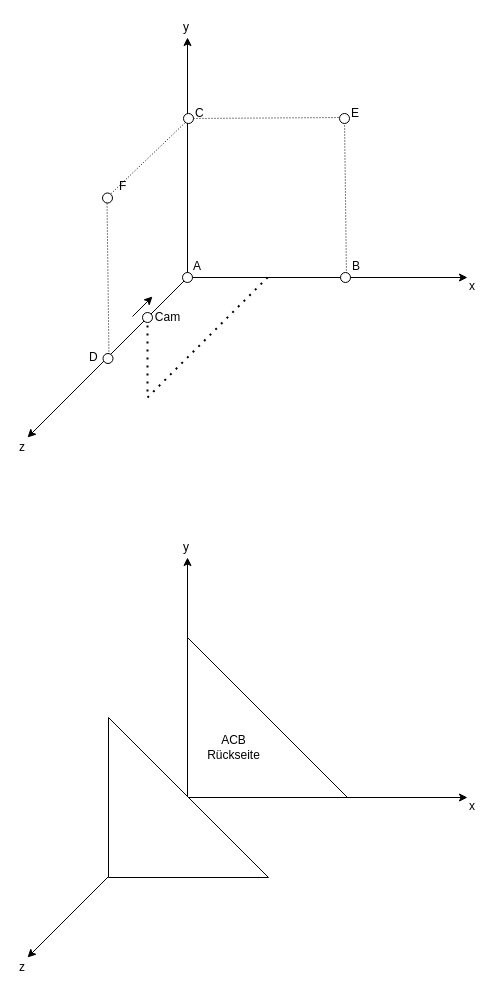
Earlier version of the draw.io diagram V2_Sketch.drawio (cyberme0w/VRMLProjekt). Source tidied: cells renumbered, new cells numbered last; positions are measured from the earlier drawing's top-left corner, leaving out a move shared by most shapes. Both pictures are drawn from the tidied source at 100%, with x=0, y=0 at pixel (17, 17).
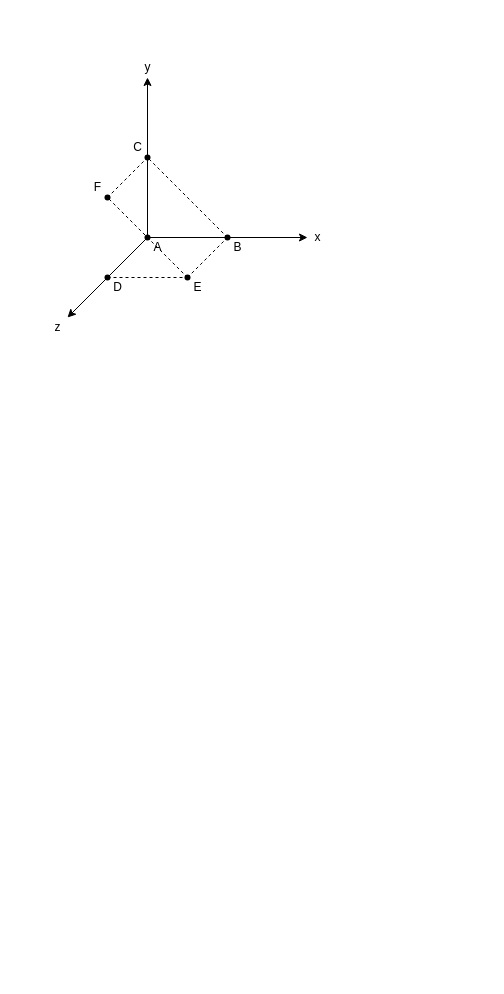
The same diagram, later.

Change to the diagram source:
```diff
@@
-    <mxCell id="2" style="endArrow=classic;html=1;endFill=1;" parent="1" edge="1">
-      <mxGeometry relative="1" as="geometry">
-        <mxPoint x="170" y="260" as="sourcePoint" />
-        <mxPoint x="450" y="260" as="targetPoint" />
-      </mxGeometry>
-    </mxCell>
-    <mxCell id="3" style="endArrow=classic;html=1;endFill=1;" parent="1" edge="1">
-      <mxGeometry relative="1" as="geometry">
-        <mxPoint x="170" y="260" as="sourcePoint" />
-        <mxPoint x="170" y="20" as="targetPoint" />
-      </mxGeometry>
-    </mxCell>
-    <mxCell id="4" style="endArrow=classic;html=1;endFill=1;" parent="1" edge="1">
-      <mxGeometry relative="1" as="geometry">
-        <mxPoint x="170" y="260" as="sourcePoint" />
-        <mxPoint x="10" y="420" as="targetPoint" />
-      </mxGeometry>
-    </mxCell>
+    <mxCell id="38" style="endArrow=classic;html=1;endFill=1;" parent="1" edge="1">
+      <mxGeometry relative="1" as="geometry">
+        <mxPoint x="130" y="220" as="sourcePoint" />
+        <mxPoint x="290" y="220" as="targetPoint" />
+      </mxGeometry>
+    </mxCell>
+    <mxCell id="39" style="endArrow=classic;html=1;endFill=1;" parent="1" edge="1">
+      <mxGeometry relative="1" as="geometry">
+        <mxPoint x="130" y="220" as="sourcePoint" />
+        <mxPoint x="130" y="60" as="targetPoint" />
+      </mxGeometry>
+    </mxCell>
+    <mxCell id="40" style="endArrow=classic;html=1;endFill=1;" parent="1" edge="1">
+      <mxGeometry relative="1" as="geometry">
+        <mxPoint x="130" y="220" as="sourcePoint" />
+        <mxPoint x="50" y="300" as="targetPoint" />
+      </mxGeometry>
+    </mxCell>
+    <mxCell id="41" value="y" style="text;html=1;align=center;verticalAlign=middle;strokeColor=none;" parent="1" vertex="1">
+      <mxGeometry x="120" y="40" width="20" height="20" as="geometry" />
+    </mxCell>
+    <mxCell id="42" value="x" style="text;html=1;align=center;verticalAlign=middle;strokeColor=none;" parent="1" vertex="1">
+      <mxGeometry x="290" y="210" width="20" height="20" as="geometry" />
+    </mxCell>
+    <mxCell id="43" value="z" style="text;html=1;align=center;verticalAlign=middle;strokeColor=none;" parent="1" vertex="1">
+      <mxGeometry x="30" y="300" width="20" height="20" as="geometry" />
+    </mxCell>
+    <mxCell id="44" style="shape=waypoint;sketch=0;size=6;fillColor=none;perimeter=centerPerimeter;" parent="1" vertex="1">
+      <mxGeometry x="110" y="200" width="40" height="40" as="geometry" />
+    </mxCell>
-    <mxCell id="5" value="A" style="text;html=1;align=left;verticalAlign=top;spacingTop=-4;" parent="1" vertex="1">
-      <mxGeometry x="174" y="239" width="20" height="20" as="geometry" />
+    <mxCell id="5" value="A" style="text;html=1;align=center;verticalAlign=middle;strokeColor=none;" parent="1" vertex="1">
+      <mxGeometry x="130" y="220" width="20" height="20" as="geometry" />
     </mxCell>
-    <mxCell id="6" value="x" style="text;html=1;align=left;verticalAlign=top;spacingTop=-4;" parent="1" vertex="1">
-      <mxGeometry x="450" y="259" width="20" height="20" as="geometry" />
-    </mxCell>
-    <mxCell id="7" value="z" style="text;html=1;align=left;verticalAlign=top;spacingTop=-4;" parent="1" vertex="1">
-      <mxGeometry y="420" width="20" height="20" as="geometry" />
-    </mxCell>
-    <mxCell id="8" value="y" style="text;html=1;align=left;verticalAlign=top;spacingTop=-4;" parent="1" vertex="1">
-      <mxGeometry x="164" width="20" height="20" as="geometry" />
-    </mxCell>
+    <mxCell id="45" style="shape=waypoint;sketch=0;size=6;points=[];fillColor=none;perimeter=centerPerimeter;snapToPoint=1;" parent="1" vertex="1">
+      <mxGeometry x="190" y="200" width="40" height="40" as="geometry" />
+    </mxCell>
+    <mxCell id="46" style="shape=waypoint;sketch=0;size=6;points=[];fillColor=none;perimeter=centerPerimeter;snapToPoint=1;" parent="1" vertex="1">
+      <mxGeometry x="110" y="120" width="40" height="40" as="geometry" />
+    </mxCell>
+    <mxCell id="47" style="shape=waypoint;sketch=0;size=6;points=[];fillColor=none;perimeter=centerPerimeter;snapToPoint=1;" parent="1" vertex="1">
+      <mxGeometry x="70" y="240" width="40" height="40" as="geometry" />
+    </mxCell>
+    <mxCell id="48" style="shape=waypoint;sketch=0;size=6;points=[];fillColor=none;perimeter=centerPerimeter;snapToPoint=1;" parent="1" vertex="1">
+      <mxGeometry x="150" y="240" width="40" height="40" as="geometry" />
+    </mxCell>
-    <mxCell id="9" value="B" style="text;html=1;align=left;verticalAlign=top;spacingTop=-4;" parent="1" vertex="1">
-      <mxGeometry x="333" y="239" width="20" height="20" as="geometry" />
+    <mxCell id="9" value="B" style="text;html=1;align=center;verticalAlign=middle;strokeColor=none;" parent="1" vertex="1">
+      <mxGeometry x="210" y="220" width="20" height="20" as="geometry" />
     </mxCell>
-    <mxCell id="10" style="ellipse;whiteSpace=wrap;html=1;" parent="1" vertex="1">
-      <mxGeometry x="165" y="255" width="10" height="10" as="geometry" />
-    </mxCell>
-    <mxCell id="11" value="C" style="text;html=1;align=left;verticalAlign=top;spacingTop=-4;" parent="1" vertex="1">
-      <mxGeometry x="176" y="86" width="20" height="20" as="geometry" />
+    <mxCell id="11" value="C" style="text;html=1;align=center;verticalAlign=middle;strokeColor=none;" parent="1" vertex="1">
+      <mxGeometry x="110" y="120" width="20" height="20" as="geometry" />
     </mxCell>
-    <mxCell id="12" value="D" style="text;html=1;align=left;verticalAlign=top;spacingTop=-4;" parent="1" vertex="1">
-      <mxGeometry x="70" y="330" width="20" height="20" as="geometry" />
+    <mxCell id="12" value="D" style="text;html=1;align=center;verticalAlign=middle;strokeColor=none;" parent="1" vertex="1">
+      <mxGeometry x="90" y="260" width="20" height="20" as="geometry" />
     </mxCell>
-    <mxCell id="13" style="endArrow=none;html=1;entryX=0.5;entryY=0.4;entryDx=0;entryDy=0;entryPerimeter=0;dashed=1;dashPattern=1 2;" parent="1" edge="1" target="22">
-      <mxGeometry relative="1" as="geometry">
-        <mxPoint x="170" y="101" as="sourcePoint" />
-      </mxGeometry>
-    </mxCell>
-    <mxCell id="14" style="endArrow=none;html=1;entryX=0.8;entryY=0.6;entryDx=0;entryDy=0;entryPerimeter=0;dashed=1;dashPattern=1 2;" parent="1" edge="1">
-      <mxGeometry relative="1" as="geometry">
-        <mxPoint x="327" y="102" as="sourcePoint" />
-        <mxPoint x="329" y="261" as="targetPoint" />
-      </mxGeometry>
-    </mxCell>
-    <mxCell id="15" value="E" style="text;html=1;align=left;verticalAlign=top;spacingTop=-4;" parent="1" vertex="1">
-      <mxGeometry x="332" y="86" width="20" height="20" as="geometry" />
+    <mxCell id="15" value="E" style="text;html=1;align=center;verticalAlign=middle;strokeColor=none;" parent="1" vertex="1">
+      <mxGeometry x="170" y="260" width="20" height="20" as="geometry" />
     </mxCell>
+    <mxCell id="49" style="shape=waypoint;sketch=0;size=6;points=[];fillColor=none;perimeter=centerPerimeter;snapToPoint=1;" parent="1" vertex="1">
+      <mxGeometry x="70" y="160" width="40" height="40" as="geometry" />
+    </mxCell>
-    <mxCell id="16" value="F" style="text;html=1;align=left;verticalAlign=top;spacingTop=-4;" parent="1" vertex="1">
-      <mxGeometry x="100" y="159" width="20" height="20" as="geometry" />
+    <mxCell id="16" value="F" style="text;html=1;align=center;verticalAlign=middle;strokeColor=none;" parent="1" vertex="1">
+      <mxGeometry x="70" y="160" width="20" height="20" as="geometry" />
     </mxCell>
-    <mxCell id="17" style="endArrow=none;html=1;entryX=0.8;entryY=0.6;entryDx=0;entryDy=0;entryPerimeter=0;dashed=1;dashPattern=1 2;" parent="1" edge="1">
-      <mxGeometry relative="1" as="geometry">
-        <mxPoint x="89.5" y="183" as="sourcePoint" />
-        <mxPoint x="91.5" y="342" as="targetPoint" />
-      </mxGeometry>
-    </mxCell>
-    <mxCell id="18" style="endArrow=none;html=1;dashed=1;dashPattern=1 2;" parent="1" edge="1">
-      <mxGeometry relative="1" as="geometry">
-        <mxPoint x="89" y="180.5" as="sourcePoint" />
-        <mxPoint x="171" y="102" as="targetPoint" />
-      </mxGeometry>
-    </mxCell>
-    <mxCell id="19" style="ellipse;whiteSpace=wrap;html=1;" parent="1" vertex="1">
-      <mxGeometry x="323" y="255" width="10" height="10" as="geometry" />
-    </mxCell>
-    <mxCell id="20" style="ellipse;whiteSpace=wrap;html=1;" parent="1" vertex="1">
-      <mxGeometry x="166" y="96" width="10" height="10" as="geometry" />
-    </mxCell>
-    <mxCell id="21" style="ellipse;whiteSpace=wrap;html=1;" parent="1" vertex="1">
-      <mxGeometry x="85.5" y="336" width="10" height="10" as="geometry" />
-    </mxCell>
-    <mxCell id="22" style="ellipse;whiteSpace=wrap;html=1;" parent="1" vertex="1">
-      <mxGeometry x="322" y="96" width="10" height="10" as="geometry" />
-    </mxCell>
-    <mxCell id="23" style="ellipse;whiteSpace=wrap;html=1;" parent="1" vertex="1">
-      <mxGeometry x="85" y="175.5" width="10" height="10" as="geometry" />
-    </mxCell>
-    <mxCell id="24" style="verticalLabelPosition=bottom;verticalAlign=top;html=1;shape=mxgraph.basic.orthogonal_triangle;" parent="1" vertex="1">
-      <mxGeometry x="170" y="620" width="160" height="160" as="geometry" />
-    </mxCell>
-    <mxCell id="25" style="endArrow=classic;html=1;endFill=1;" parent="1" edge="1">
-      <mxGeometry relative="1" as="geometry">
-        <mxPoint x="170" y="780" as="sourcePoint" />
-        <mxPoint x="450" y="780" as="targetPoint" />
-      </mxGeometry>
-    </mxCell>
-    <mxCell id="26" style="endArrow=classic;html=1;endFill=1;" parent="1" edge="1">
-      <mxGeometry relative="1" as="geometry">
-        <mxPoint x="170" y="780" as="sourcePoint" />
-        <mxPoint x="170" y="540" as="targetPoint" />
-      </mxGeometry>
-    </mxCell>
-    <mxCell id="27" style="endArrow=classic;html=1;endFill=1;" parent="1" edge="1">
-      <mxGeometry relative="1" as="geometry">
-        <mxPoint x="170" y="780" as="sourcePoint" />
-        <mxPoint x="10" y="940" as="targetPoint" />
-      </mxGeometry>
-    </mxCell>
-    <mxCell id="28" value="x" style="text;html=1;align=left;verticalAlign=top;spacingTop=-4;" parent="1" vertex="1">
-      <mxGeometry x="450" y="779" width="20" height="20" as="geometry" />
-    </mxCell>
-    <mxCell id="29" value="z" style="text;html=1;align=left;verticalAlign=top;spacingTop=-4;" parent="1" vertex="1">
-      <mxGeometry y="940" width="20" height="20" as="geometry" />
-    </mxCell>
-    <mxCell id="30" value="y" style="text;html=1;align=left;verticalAlign=top;spacingTop=-4;" parent="1" vertex="1">
-      <mxGeometry x="164" y="520" width="20" height="20" as="geometry" />
-    </mxCell>
-    <mxCell id="31" style="verticalLabelPosition=bottom;verticalAlign=top;html=1;shape=mxgraph.basic.orthogonal_triangle;" parent="1" vertex="1">
-      <mxGeometry x="91" y="700" width="160" height="160" as="geometry" />
-    </mxCell>
-    <mxCell id="32" value="ACB&lt;br&gt;Rückseite" style="text;html=1;align=center;verticalAlign=middle;strokeColor=none;" parent="1" vertex="1">
-      <mxGeometry x="181" y="715" width="70" height="30" as="geometry" />
-    </mxCell>
-    <mxCell id="33" style="endArrow=none;dashed=1;html=1;dashPattern=1 3;strokeWidth=2;" parent="1" edge="1">
-      <mxGeometry relative="1" as="geometry">
-        <mxPoint x="130" y="300" as="sourcePoint" />
-        <mxPoint x="130" y="380" as="targetPoint" />
-      </mxGeometry>
-    </mxCell>
-    <mxCell id="34" style="endArrow=none;dashed=1;html=1;dashPattern=1 3;strokeWidth=2;" parent="1" edge="1">
-      <mxGeometry relative="1" as="geometry">
-        <mxPoint x="130" y="380" as="sourcePoint" />
-        <mxPoint x="250" y="260" as="targetPoint" />
-      </mxGeometry>
-    </mxCell>
-    <mxCell id="35" style="ellipse;whiteSpace=wrap;html=1;" parent="1" vertex="1">
-      <mxGeometry x="125" y="295" width="10" height="10" as="geometry" />
-    </mxCell>
-    <mxCell id="36" value="Cam" style="text;html=1;align=center;verticalAlign=middle;strokeColor=none;" parent="1" vertex="1">
-      <mxGeometry x="130" y="290" width="40" height="20" as="geometry" />
-    </mxCell>
-    <mxCell id="37" style="endArrow=classic;html=1;" parent="1" edge="1">
-      <mxGeometry relative="1" as="geometry">
-        <mxPoint x="115" y="299" as="sourcePoint" />
-        <mxPoint x="135" y="279" as="targetPoint" />
-      </mxGeometry>
-    </mxCell>
+    <mxCell id="50" style="endArrow=none;dashed=1;html=1;" parent="1" edge="1" source="49" target="46">
+      <mxGeometry relative="1" as="geometry" />
+    </mxCell>
+    <mxCell id="51" style="endArrow=none;dashed=1;html=1;" parent="1" edge="1" source="45" target="46">
+      <mxGeometry relative="1" as="geometry" />
+    </mxCell>
+    <mxCell id="52" style="endArrow=none;dashed=1;html=1;" parent="1" edge="1" source="48" target="45">
+      <mxGeometry relative="1" as="geometry" />
+    </mxCell>
+    <mxCell id="53" style="endArrow=none;dashed=1;html=1;" parent="1" edge="1" source="48" target="49">
+      <mxGeometry relative="1" as="geometry" />
+    </mxCell>
+    <mxCell id="54" style="endArrow=none;dashed=1;html=1;" parent="1" edge="1" source="47" target="48">
+      <mxGeometry relative="1" as="geometry" />
+    </mxCell>
```
